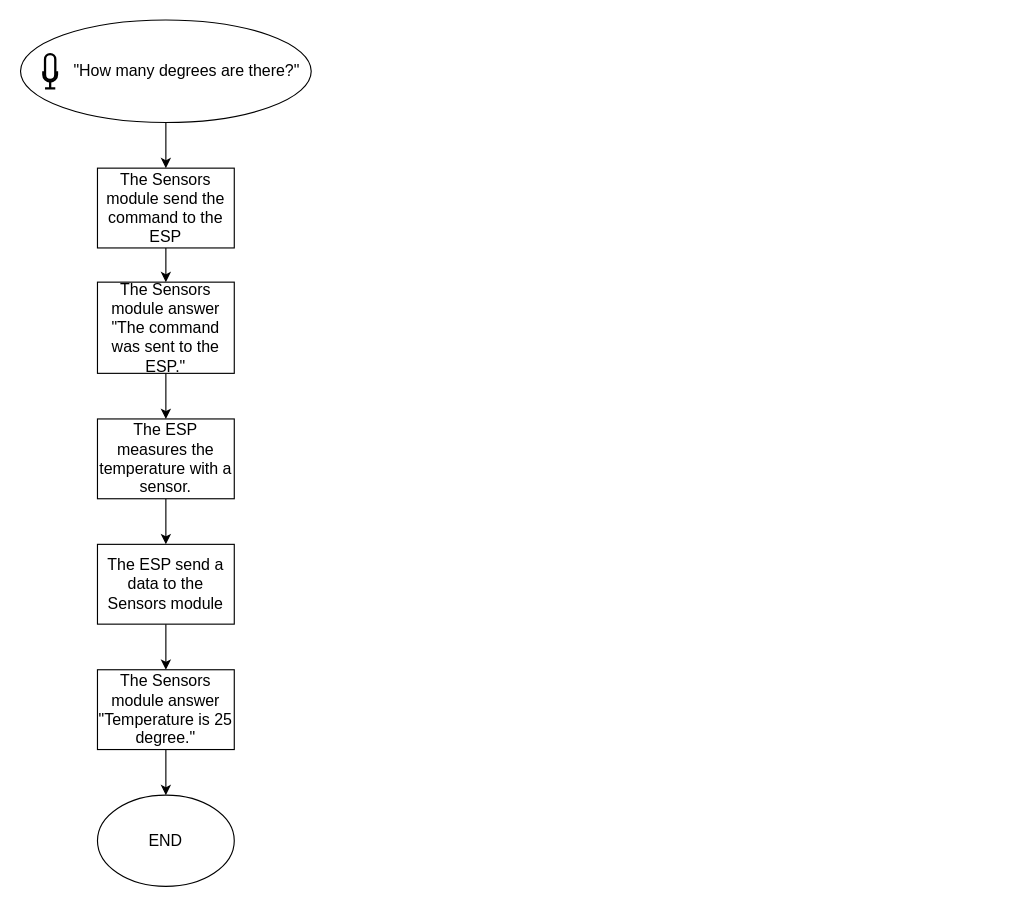
Before: egs/voicehome/doc/thesis/img/measure_sensors_diagram.drawio in kitt10/iot, a draw.io diagram. Source tidied: cells renumbered, new cells numbered last; positions are measured from the earlier drawing's top-left corner, leaving out a move shared by most shapes. Both pictures are drawn from the tidied source at 114%, with x=0, y=0 at pixel (21, 19).
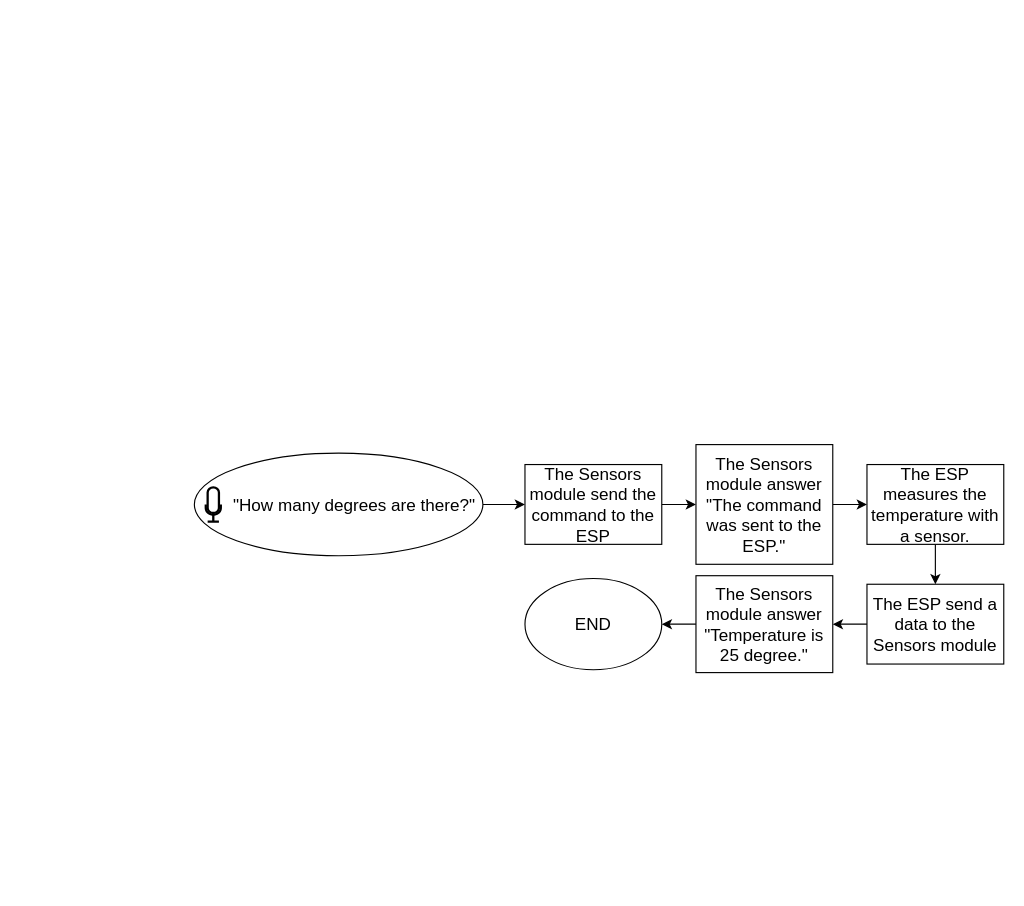
Above is the later version.

Change to the diagram source:
```diff
@@
 <mxGraphModel>
   <root>
     <mxCell id="0" />
     <mxCell id="1" parent="0" />
-    <mxCell id="2" style="edgeStyle=orthogonalEdgeStyle;rounded=0;jettySize=auto;html=1;fontSize=14;" parent="1" edge="1" source="3" target="7">
-      <mxGeometry relative="1" as="geometry" />
-    </mxCell>
-    <mxCell id="3" style="ellipse;whiteSpace=wrap;html=1;fontSize=14;" parent="1" vertex="1">
-      <mxGeometry x="-0.5" width="255" height="90" as="geometry" />
-    </mxCell>
-    <mxCell id="4" style="html=1;verticalLabelPosition=bottom;align=center;labelBackgroundColor=#ffffff;verticalAlign=top;strokeWidth=2;shadow=0;dashed=0;shape=mxgraph.ios7.icons.microphone;fontSize=14;" parent="1" vertex="1">
-      <mxGeometry x="19.5" y="30" width="12" height="30" as="geometry" />
-    </mxCell>
-    <mxCell id="5" value="&quot;How many degrees are there?&quot;" style="text;html=1;align=center;verticalAlign=middle;strokeColor=none;fontSize=14;" parent="1" vertex="1">
-      <mxGeometry x="39.5" y="35" width="210" height="20" as="geometry" />
-    </mxCell>
+    <mxCell id="17" style="edgeStyle=orthogonalEdgeStyle;rounded=0;jettySize=auto;html=1;fontSize=15;" parent="1" edge="1" source="20" target="7">
+      <mxGeometry relative="1" as="geometry" />
+    </mxCell>
-    <mxCell id="6" style="edgeStyle=orthogonalEdgeStyle;rounded=0;jettySize=auto;html=1;fontSize=14;" parent="1" edge="1" source="7" target="13">
+    <mxCell id="6" style="edgeStyle=orthogonalEdgeStyle;rounded=0;jettySize=auto;html=1;fontSize=15;" parent="1" edge="1" source="7" target="13">
       <mxGeometry relative="1" as="geometry" />
     </mxCell>
-    <mxCell id="7" value="The Sensors module send the command to the ESP" style="rounded=0;whiteSpace=wrap;html=1;strokeColor=#000000;fontSize=14;" parent="1" vertex="1">
-      <mxGeometry x="67" y="130" width="120" height="70" as="geometry" />
+    <mxCell id="7" value="The Sensors module send the command to the ESP" style="rounded=0;whiteSpace=wrap;html=1;strokeColor=#000000;fontSize=15;" parent="1" vertex="1">
+      <mxGeometry x="442" y="390" width="120" height="70" as="geometry" />
     </mxCell>
-    <mxCell id="8" style="edgeStyle=orthogonalEdgeStyle;rounded=0;jettySize=auto;html=1;fontSize=14;" parent="1" edge="1" source="9" target="11">
+    <mxCell id="8" style="edgeStyle=orthogonalEdgeStyle;rounded=0;jettySize=auto;html=1;fontSize=15;" parent="1" edge="1" source="9" target="11">
       <mxGeometry relative="1" as="geometry" />
     </mxCell>
-    <mxCell id="9" value="The ESP measures the temperature with a sensor." style="rounded=0;whiteSpace=wrap;html=1;strokeColor=#000000;fontSize=14;" parent="1" vertex="1">
-      <mxGeometry x="67" y="350" width="120" height="70" as="geometry" />
+    <mxCell id="9" value="The ESP measures the temperature with a sensor." style="rounded=0;whiteSpace=wrap;html=1;strokeColor=#000000;fontSize=15;" parent="1" vertex="1">
+      <mxGeometry x="742" y="390" width="120" height="70" as="geometry" />
     </mxCell>
-    <mxCell id="10" style="edgeStyle=orthogonalEdgeStyle;rounded=0;jettySize=auto;html=1;fontSize=14;" parent="1" edge="1" source="11">
-      <mxGeometry relative="1" as="geometry">
-        <mxPoint x="127" y="570" as="targetPoint" />
-      </mxGeometry>
-    </mxCell>
+    <mxCell id="18" style="edgeStyle=orthogonalEdgeStyle;rounded=0;jettySize=auto;html=1;exitX=0;exitY=0.5;exitDx=0;exitDy=0;fontSize=15;" parent="1" edge="1" source="11" target="15">
+      <mxGeometry relative="1" as="geometry" />
+    </mxCell>
-    <mxCell id="11" value="The ESP send a data to the Sensors module" style="rounded=0;whiteSpace=wrap;html=1;strokeColor=#000000;fontSize=14;" parent="1" vertex="1">
-      <mxGeometry x="67" y="460" width="120" height="70" as="geometry" />
+    <mxCell id="11" value="The ESP send a data to the Sensors module" style="rounded=0;whiteSpace=wrap;html=1;strokeColor=#000000;fontSize=15;" parent="1" vertex="1">
+      <mxGeometry x="742" y="495" width="120" height="70" as="geometry" />
     </mxCell>
-    <mxCell id="12" style="edgeStyle=orthogonalEdgeStyle;rounded=0;jettySize=auto;html=1;fontSize=14;" parent="1" edge="1" source="13" target="9">
+    <mxCell id="12" style="edgeStyle=orthogonalEdgeStyle;rounded=0;jettySize=auto;html=1;fontSize=15;" parent="1" edge="1" source="13" target="9">
       <mxGeometry relative="1" as="geometry" />
     </mxCell>
-    <mxCell id="13" value="The Sensors module answer &quot;The command was sent to the ESP.&quot;" style="rounded=0;whiteSpace=wrap;html=1;strokeColor=#000000;fontSize=14;" parent="1" vertex="1">
-      <mxGeometry x="67" y="230" width="120" height="80" as="geometry" />
+    <mxCell id="13" value="The Sensors module answer &quot;The command was sent to the ESP.&quot;" style="rounded=0;whiteSpace=wrap;html=1;strokeColor=#000000;fontSize=15;" parent="1" vertex="1">
+      <mxGeometry x="592" y="372.5" width="120" height="105" as="geometry" />
     </mxCell>
-    <mxCell id="14" style="edgeStyle=orthogonalEdgeStyle;rounded=0;jettySize=auto;html=1;fontSize=14;" parent="1" edge="1" source="15" target="16">
+    <mxCell id="14" style="edgeStyle=orthogonalEdgeStyle;rounded=0;jettySize=auto;html=1;fontSize=15;" parent="1" edge="1" source="15" target="16">
       <mxGeometry relative="1" as="geometry" />
     </mxCell>
-    <mxCell id="15" value="The Sensors module answer &quot;Temperature is 25 degree.&quot;" style="rounded=0;whiteSpace=wrap;html=1;strokeColor=#000000;fontSize=14;" parent="1" vertex="1">
-      <mxGeometry x="67" y="570" width="120" height="70" as="geometry" />
+    <mxCell id="15" value="The Sensors module answer &quot;Temperature is 25 degree.&quot;" style="rounded=0;whiteSpace=wrap;html=1;strokeColor=#000000;fontSize=15;" parent="1" vertex="1">
+      <mxGeometry x="592" y="487.5" width="120" height="85" as="geometry" />
     </mxCell>
-    <mxCell id="16" value="END" style="ellipse;whiteSpace=wrap;html=1;strokeColor=#000000;fontSize=14;" parent="1" vertex="1">
-      <mxGeometry x="67" y="680" width="120" height="80" as="geometry" />
+    <mxCell id="16" value="END" style="ellipse;whiteSpace=wrap;html=1;strokeColor=#000000;fontSize=15;" parent="1" vertex="1">
+      <mxGeometry x="442" y="490" width="120" height="80" as="geometry" />
     </mxCell>
+    <mxCell id="19" style="group;" parent="1" vertex="1">
+      <mxGeometry x="152" y="380" width="255" height="90" as="geometry" />
+    </mxCell>
+    <mxCell id="20" style="ellipse;whiteSpace=wrap;html=1;fontSize=15;" parent="19" vertex="1">
+      <mxGeometry width="253.1" height="90" as="geometry" />
+    </mxCell>
+    <mxCell id="21" style="html=1;verticalLabelPosition=bottom;align=center;labelBackgroundColor=#ffffff;verticalAlign=top;strokeWidth=2;shadow=0;dashed=0;shape=mxgraph.ios7.icons.microphone;fontSize=15;" parent="19" vertex="1">
+      <mxGeometry x="10" y="30" width="13.2" height="30" as="geometry" />
+    </mxCell>
+    <mxCell id="5" value="&quot;How many degrees are there?&quot;" style="text;html=1;align=center;verticalAlign=middle;strokeColor=none;fontSize=15;" parent="19" vertex="1">
+      <mxGeometry x="25" y="35" width="230" height="20" as="geometry" />
+    </mxCell>
   </root>
 </mxGraphModel>
```
